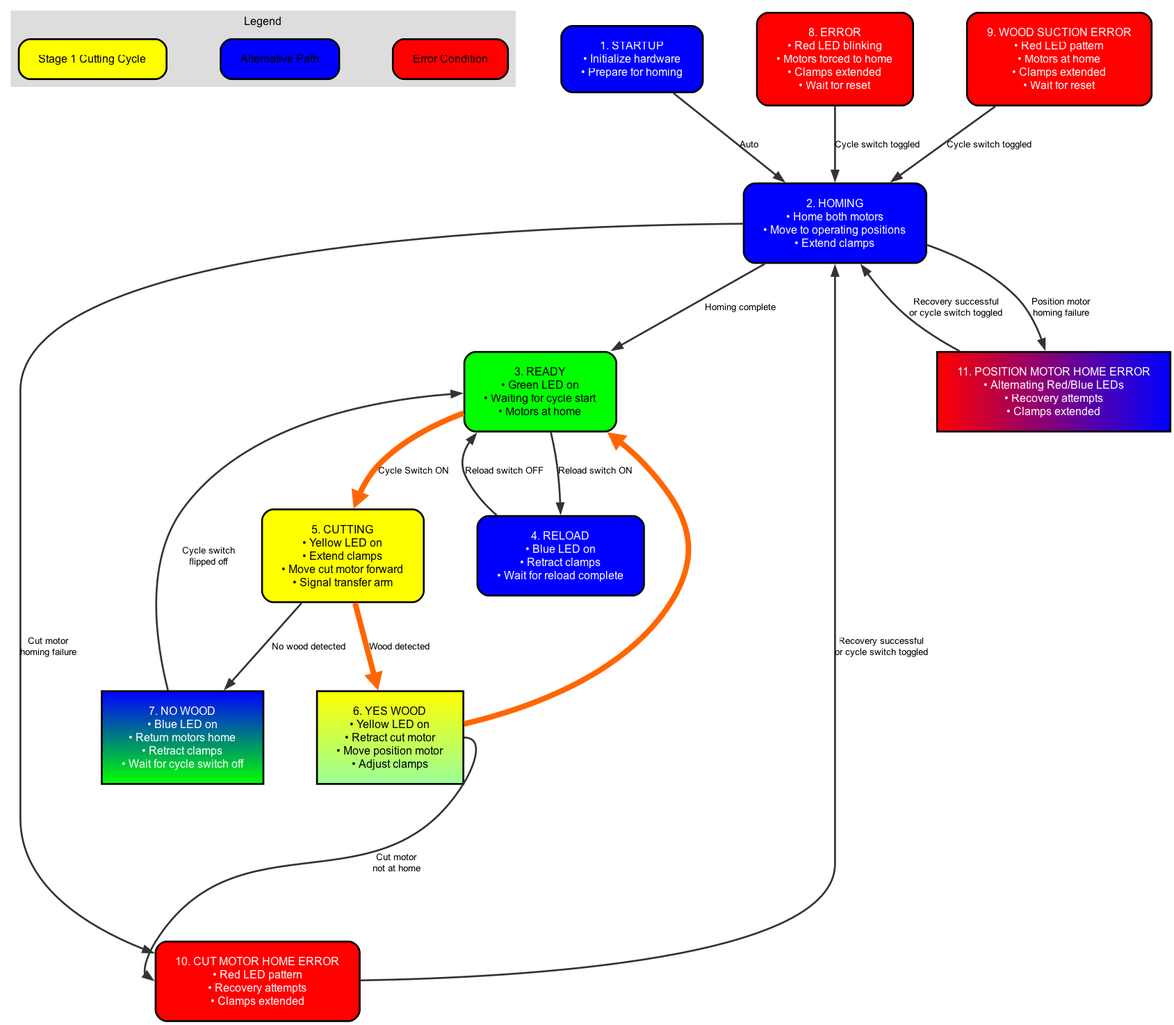
akivaweil/Stage-1-Mar25 keeps this Graphviz diagram as flowcharts/cutting_machine_flowchart.png. Above is the earlier version. Its source is kept beside it as flowcharts/cutting_machine_flowchart.dot.
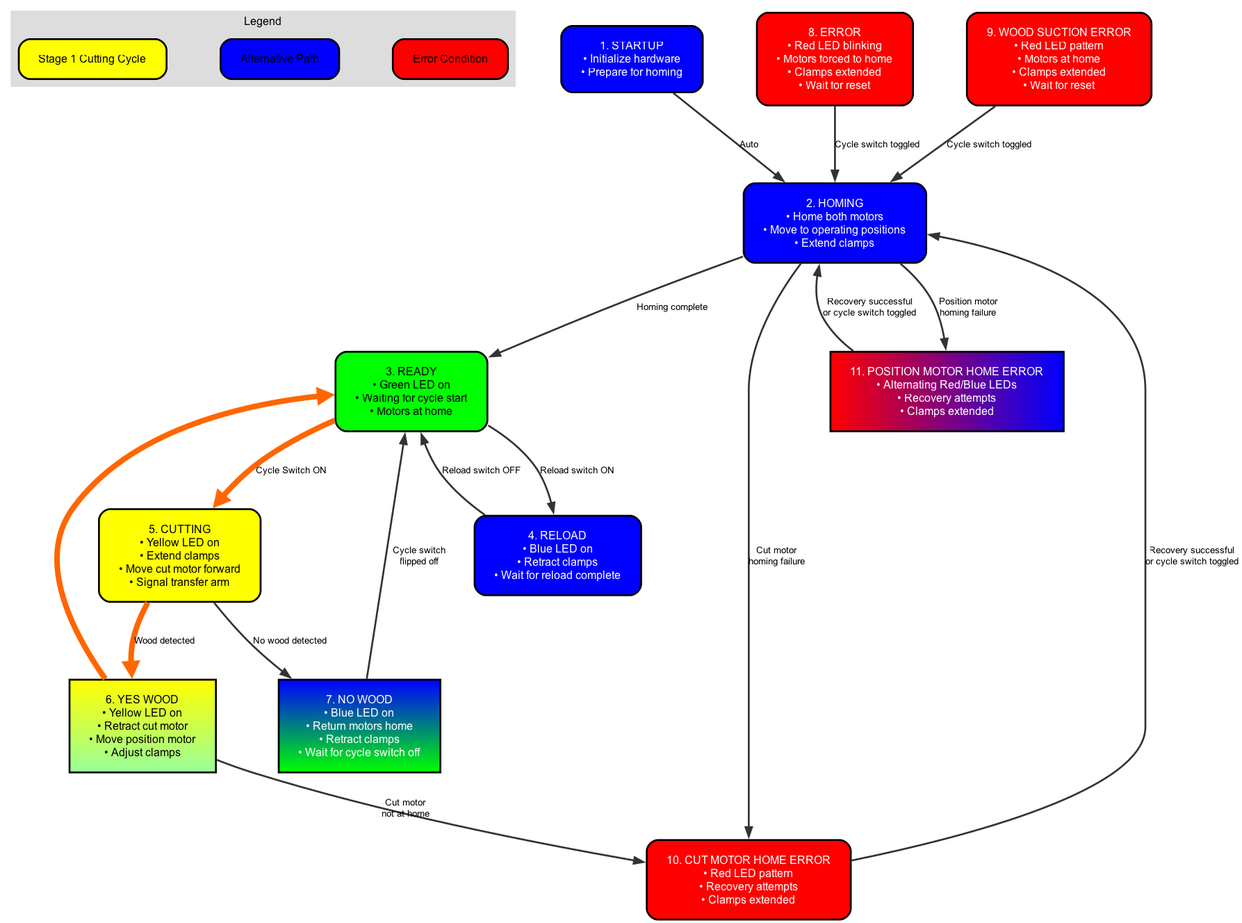
After the change.

Commit message:
Try xlabel for alternative label positioning

Change to the diagram source:
```diff
@@ -37,7 +37,7 @@
   READY -> RELOAD [label="Reload switch ON"];
   RELOAD -> READY [label="Reload switch OFF"];
   CUTTING -> NOWOOD [label="No wood detected"];
-  YESWOOD -> CUT_MOTOR_HOME_ERROR [label="Cut motor\nnot at home", tailport="e", headport="w", minlen=2, labelangle=10, labeldistance=4.0];
+  YESWOOD -> CUT_MOTOR_HOME_ERROR [xlabel="Cut motor\nnot at home", label=""];
   NOWOOD -> READY [label="Cycle switch\nflipped off"];
   WOOD_SUCTION_ERROR -> HOMING [label="Cycle switch toggled"];
   CUT_MOTOR_HOME_ERROR -> HOMING [label="Recovery successful\nor cycle switch toggled"];
```
